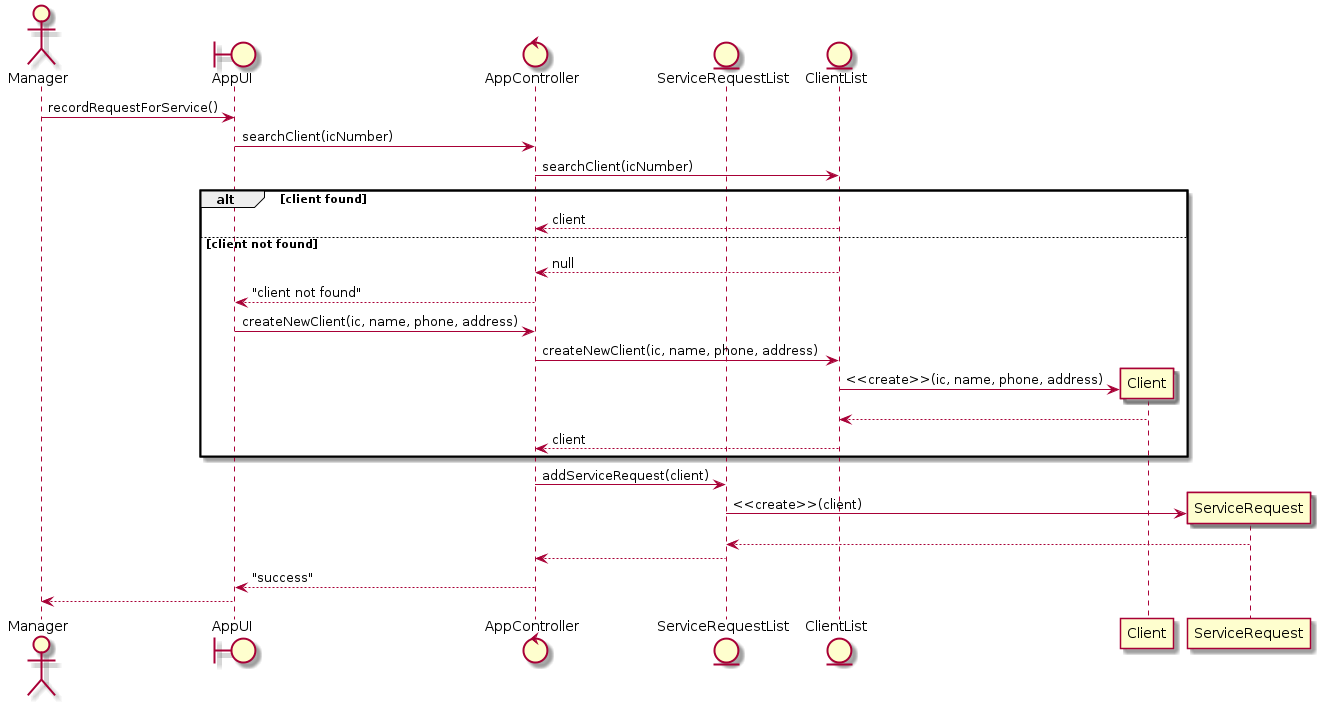
Before: recordRequestForService.png, a diagram exported from PlantUML (wongjiahau/software-design-assignment). Its diagram source:
```plantuml
@startuml
actor Manager
boundary AppUI
control AppController
entity ServiceRequestList
entity ClientList
Manager -> AppUI: recordRequestForService()
AppUI -> AppController : searchClient(icNumber)
AppController -> ClientList : searchClient(icNumber)
alt client found
    ClientList --> AppController : client
else client not found
    ClientList --> AppController : null
    AppController --> AppUI : "client not found"
    AppUI -> AppController : createNewClient(ic, name, phone, address)
    AppController -> ClientList : createNewClient(ic, name, phone, address)
    create Client
    ClientList -> Client : <<create>>(ic, name, phone, address)
    Client --> ClientList
    ClientList --> AppController : client
end
AppController -> ServiceRequestList : addServiceRequest(client)
create ServiceRequest
ServiceRequestList -> ServiceRequest : <<create>>(client)
ServiceRequest --> ServiceRequestList
ServiceRequestList --> AppController
AppController --> AppUI : "success"
AppUI --> Manager

@endum1
```
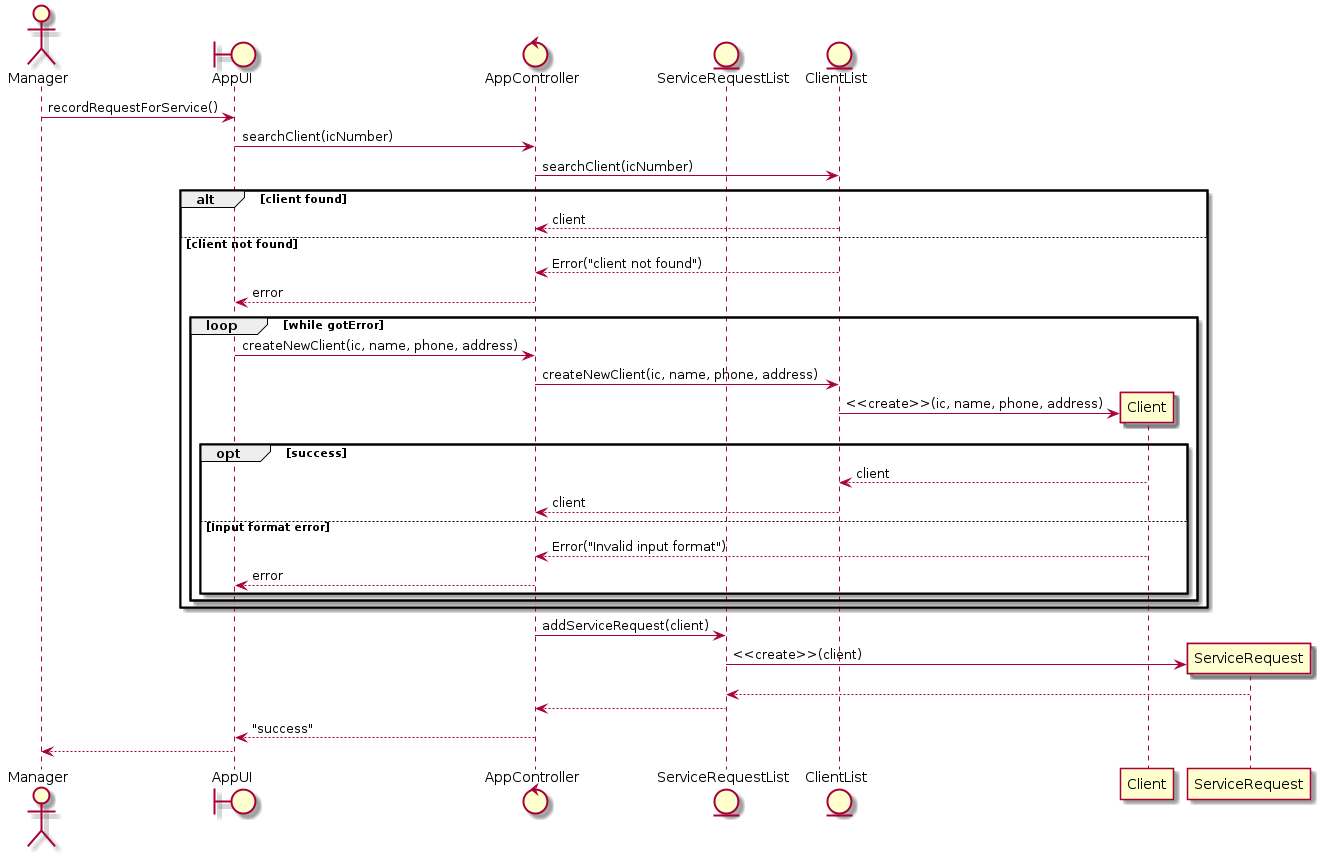
Later version of the same file.

Change to the diagram source:
```diff
@@ -10,14 +10,21 @@
 alt client found
     ClientList --> AppController : client
 else client not found
-    ClientList --> AppController : null
-    AppController --> AppUI : "client not found"
-    AppUI -> AppController : createNewClient(ic, name, phone, address)
-    AppController -> ClientList : createNewClient(ic, name, phone, address)
-    create Client
-    ClientList -> Client : <<create>>(ic, name, phone, address)
-    Client --> ClientList
-    ClientList --> AppController : client
+    ClientList --> AppController : Error("client not found")
+    AppController --> AppUI : error
+    loop while gotError
+        AppUI -> AppController : createNewClient(ic, name, phone, address)
+        AppController -> ClientList : createNewClient(ic, name, phone, address)
+        create Client
+        ClientList -> Client : <<create>>(ic, name, phone, address)
+        opt success
+            Client --> ClientList : client
+            ClientList --> AppController : client
+        else Input format error
+            Client --> AppController : Error("Invalid input format")
+            AppController --> AppUI : error
+        end
+    end
 end
 AppController -> ServiceRequestList : addServiceRequest(client)
 create ServiceRequest
```
